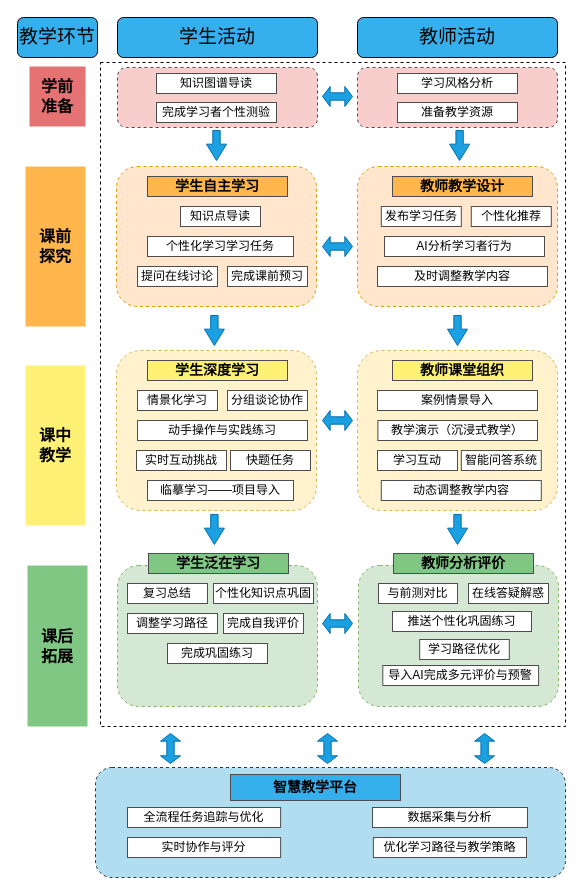
Above: 混合式教学模式框架.drawio in xewy/qimo2 (draw.io), before the change. Source tidied: cells renumbered, new cells numbered last; positions are measured from the earlier drawing's top-left corner, leaving out a move shared by most shapes. Both pictures are drawn from the tidied source at 100%, with x=0, y=0 at pixel (17, 17).
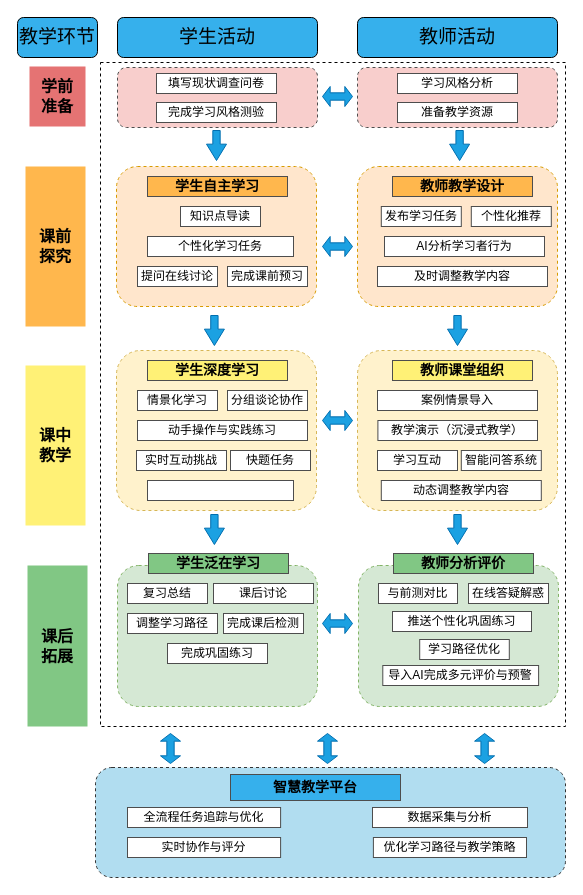
The same diagram, later.

Commit message:
更新混合式教学模式框架.drawio

What changed in the source:
```diff
@@
-    <mxCell id="12" value="知识图谱导读" style="rounded=0;whiteSpace=wrap;html=1;strokeWidth=1;strokeColor=#4D4D4D;" parent="1" vertex="1">
+    <mxCell id="12" value="填写现状调查问卷" style="rounded=0;whiteSpace=wrap;html=1;strokeWidth=1;strokeColor=#4D4D4D;" parent="1" vertex="1">
       <mxGeometry x="139" y="56" width="120" height="20" as="geometry" />
     </mxCell>
-    <mxCell id="13" value="完成学习者个性测验" style="rounded=0;whiteSpace=wrap;html=1;strokeWidth=1;strokeColor=#4D4D4D;" parent="1" vertex="1">
+    <mxCell id="13" value="完成学习风格测验" style="rounded=0;whiteSpace=wrap;html=1;strokeWidth=1;strokeColor=#4D4D4D;" parent="1" vertex="1">
       <mxGeometry x="139" y="85" width="120" height="20" as="geometry" />
     </mxCell>
@@
-    <mxCell id="18" value="个性化学习学习任务" style="rounded=0;whiteSpace=wrap;html=1;strokeColor=#4D4D4D;" parent="1" vertex="1">
+    <mxCell id="18" value="个性化学习任务" style="rounded=0;whiteSpace=wrap;html=1;strokeColor=#4D4D4D;" parent="1" vertex="1">
       <mxGeometry x="130" y="219" width="146" height="20" as="geometry" />
     </mxCell>
@@
-    <mxCell id="34" value="临摹学习——项目导入" style="rounded=0;whiteSpace=wrap;html=1;strokeColor=#4D4D4D;" parent="1" vertex="1">
+    <mxCell id="34" style="rounded=0;whiteSpace=wrap;html=1;strokeColor=#4D4D4D;" parent="1" vertex="1">
       <mxGeometry x="130" y="463" width="146" height="20" as="geometry" />
     </mxCell>
@@
-    <mxCell id="45" value="个性化知识点巩固" style="rounded=0;whiteSpace=wrap;html=1;strokeColor=#4D4D4D;" parent="1" vertex="1">
+    <mxCell id="45" value="课后讨论" style="rounded=0;whiteSpace=wrap;html=1;strokeColor=#4D4D4D;" parent="1" vertex="1">
       <mxGeometry x="196" y="566" width="100" height="20" as="geometry" />
     </mxCell>
@@
-    <mxCell id="53" value="完成自我评价" style="rounded=0;whiteSpace=wrap;html=1;strokeColor=#4D4D4D;" parent="1" vertex="1">
+    <mxCell id="53" value="完成课后检测" style="rounded=0;whiteSpace=wrap;html=1;strokeColor=#4D4D4D;" parent="1" vertex="1">
       <mxGeometry x="206" y="596" width="80" height="20" as="geometry" />
     </mxCell>
```
